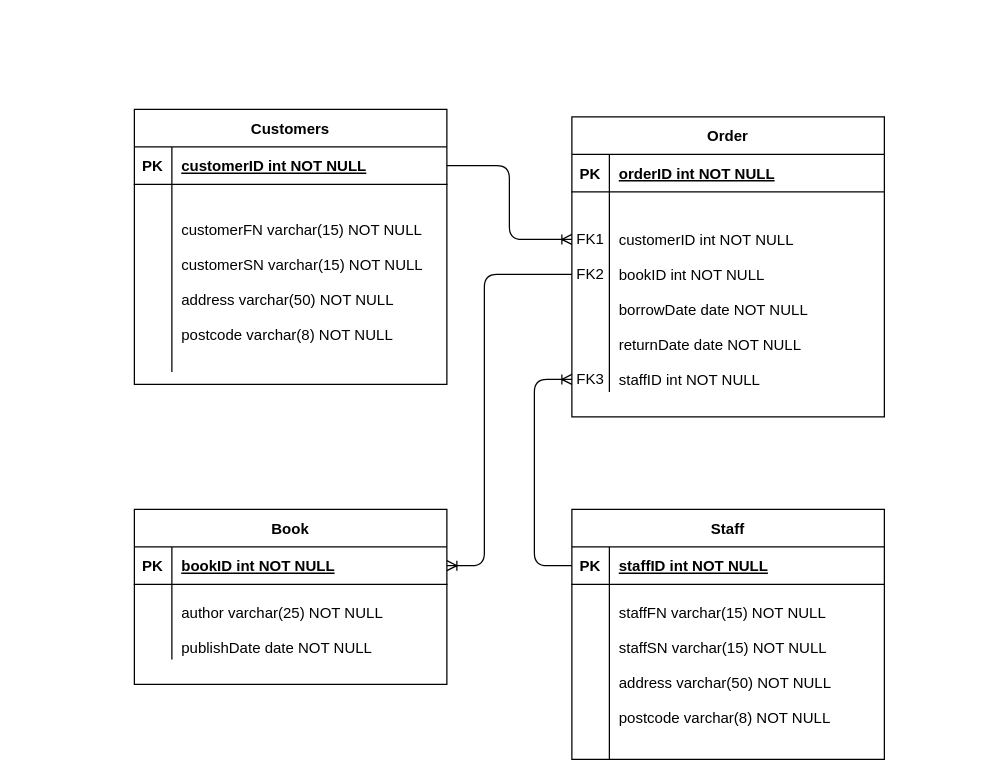
Before: Library ER Diagram.drawio in rikin24/Atos-Core-Project, a draw.io diagram. Source tidied: cells renumbered, new cells numbered last; positions are measured from the earlier drawing's top-left corner, leaving out a move shared by most shapes. Both pictures are drawn from the tidied source at 125%, with x=0, y=0 at pixel (134, 109).
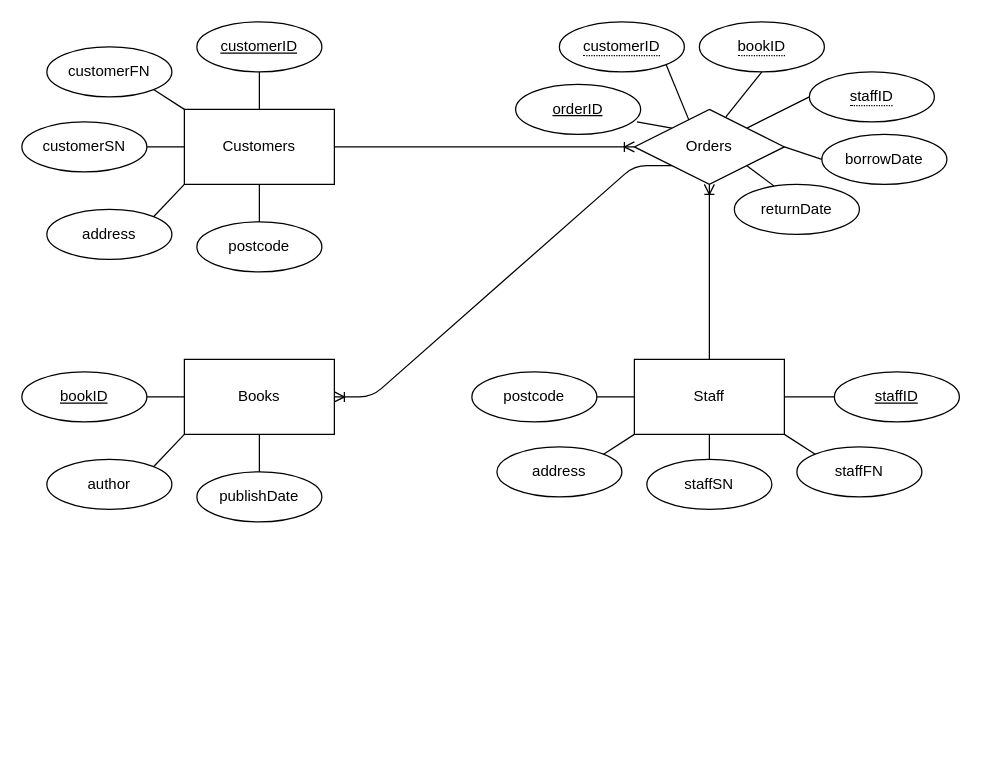
Above is the later version.

Commit message (it also covers changes not shown here):
Update and add ER & UML Diagrams

What changed in the source:
```diff
@@
-    <mxCell id="2" value="Book" style="shape=table;startSize=30;childLayout=tableLayout;rowLines=0;fontStyle=1;align=center;" parent="1" vertex="1">
-      <mxGeometry y="320" width="250" height="140" as="geometry" />
-    </mxCell>
-    <mxCell id="3" style="shape=partialRectangle;fillColor=none;points=[[0,0.5],[1,0.5]];portConstraint=eastwest;top=0;left=0;right=0;bottom=1;" parent="2" vertex="1">
-      <mxGeometry y="30" width="250" height="30" as="geometry" />
-    </mxCell>
-    <mxCell id="4" value="PK" style="shape=partialRectangle;overflow=hidden;fillColor=none;top=0;left=0;bottom=0;right=0;fontStyle=1;" parent="3" vertex="1">
-      <mxGeometry width="30" height="30" as="geometry" />
-    </mxCell>
-    <mxCell id="5" value="bookID int NOT NULL " style="shape=partialRectangle;overflow=hidden;fillColor=none;top=0;left=0;bottom=0;right=0;align=left;spacingLeft=6;fontStyle=5;" parent="3" vertex="1">
-      <mxGeometry x="30" width="220" height="30" as="geometry" />
-    </mxCell>
-    <mxCell id="6" style="shape=partialRectangle;fillColor=none;top=0;left=0;right=0;bottom=0;" parent="2" vertex="1">
-      <mxGeometry y="60" width="250" height="60" as="geometry" />
-    </mxCell>
-    <mxCell id="7" style="shape=partialRectangle;overflow=hidden;fillColor=none;top=0;left=0;bottom=0;right=0;" parent="6" vertex="1">
-      <mxGeometry width="30" height="60" as="geometry" />
-    </mxCell>
-    <mxCell id="8" value="&#10;author varchar(25) NOT NULL&#10;&#10;publishDate date NOT NULL&#10;&#10;" style="shape=partialRectangle;overflow=hidden;fillColor=none;top=0;left=0;bottom=0;right=0;align=left;spacingLeft=6;" parent="6" vertex="1">
-      <mxGeometry x="30" width="220" height="60" as="geometry" />
-    </mxCell>
+    <mxCell id="16" value="Customers" style="rounded=0;whiteSpace=wrap;html=1;" parent="1" vertex="1">
+      <mxGeometry x="40" width="120" height="60" as="geometry" />
+    </mxCell>
+    <mxCell id="36" value="Books" style="rounded=0;whiteSpace=wrap;html=1;" parent="1" vertex="1">
+      <mxGeometry x="40" y="200" width="120" height="60" as="geometry" />
+    </mxCell>
-    <mxCell id="9" value="Staff" style="shape=table;startSize=30;childLayout=tableLayout;rowLines=0;fontStyle=1;align=center;" parent="1" vertex="1">
-      <mxGeometry x="350" y="320" width="250" height="200" as="geometry" />
+    <mxCell id="9" value="Staff" style="rounded=0;whiteSpace=wrap;html=1;" parent="1" vertex="1">
+      <mxGeometry x="400" y="200" width="120" height="60" as="geometry" />
     </mxCell>
-    <mxCell id="10" style="shape=partialRectangle;fillColor=none;points=[[0,0.5],[1,0.5]];portConstraint=eastwest;top=0;left=0;right=0;bottom=1;" parent="9" vertex="1">
-      <mxGeometry y="30" width="250" height="30" as="geometry" />
-    </mxCell>
-    <mxCell id="11" value="PK" style="shape=partialRectangle;overflow=hidden;fillColor=none;top=0;left=0;bottom=0;right=0;fontStyle=1;" parent="10" vertex="1">
-      <mxGeometry width="30" height="30" as="geometry" />
-    </mxCell>
-    <mxCell id="12" value="staffID int NOT NULL " style="shape=partialRectangle;overflow=hidden;fillColor=none;top=0;left=0;bottom=0;right=0;align=left;spacingLeft=6;fontStyle=5;" parent="10" vertex="1">
-      <mxGeometry x="30" width="220" height="30" as="geometry" />
-    </mxCell>
-    <mxCell id="13" style="shape=partialRectangle;fillColor=none;top=0;left=0;right=0;bottom=0;" parent="9" vertex="1">
-      <mxGeometry y="60" width="250" height="140" as="geometry" />
-    </mxCell>
-    <mxCell id="14" style="shape=partialRectangle;overflow=hidden;fillColor=none;top=0;left=0;bottom=0;right=0;" parent="13" vertex="1">
-      <mxGeometry width="30" height="140" as="geometry" />
-    </mxCell>
-    <mxCell id="15" value="&#10;staffFN varchar(15) NOT NULL&#10;&#10;staffSN varchar(15) NOT NULL&#10;&#10;address varchar(50) NOT NULL&#10;&#10;postcode varchar(8) NOT NULL&#10;&#10;" style="shape=partialRectangle;overflow=hidden;fillColor=none;top=0;left=0;bottom=0;right=0;align=left;spacingLeft=6;" parent="13" vertex="1">
-      <mxGeometry x="30" width="220" height="140" as="geometry" />
-    </mxCell>
-    <mxCell id="16" value="Customers" style="shape=table;startSize=30;childLayout=tableLayout;rowLines=0;fontStyle=1;align=center;" parent="1" vertex="1">
-      <mxGeometry width="250" height="220" as="geometry" />
-    </mxCell>
-    <mxCell id="17" style="shape=partialRectangle;fillColor=none;points=[[0,0.5],[1,0.5]];portConstraint=eastwest;top=0;left=0;right=0;bottom=1;" parent="16" vertex="1">
-      <mxGeometry y="30" width="250" height="30" as="geometry" />
-    </mxCell>
-    <mxCell id="18" value="PK" style="shape=partialRectangle;overflow=hidden;fillColor=none;top=0;left=0;bottom=0;right=0;fontStyle=1;" parent="17" vertex="1">
-      <mxGeometry width="30" height="30" as="geometry" />
-    </mxCell>
-    <mxCell id="19" value="customerID int NOT NULL " style="shape=partialRectangle;overflow=hidden;fillColor=none;top=0;left=0;bottom=0;right=0;align=left;spacingLeft=6;fontStyle=5;" parent="17" vertex="1">
-      <mxGeometry x="30" width="220" height="30" as="geometry" />
-    </mxCell>
-    <mxCell id="20" style="shape=partialRectangle;fillColor=none;top=0;left=0;right=0;bottom=0;" parent="16" vertex="1">
-      <mxGeometry y="60" width="250" height="150" as="geometry" />
-    </mxCell>
-    <mxCell id="21" style="shape=partialRectangle;overflow=hidden;fillColor=none;top=0;left=0;bottom=0;right=0;" parent="20" vertex="1">
-      <mxGeometry width="30" height="150" as="geometry" />
-    </mxCell>
-    <mxCell id="22" value="&#10;&#10;customerFN varchar(15) NOT NULL&#10;&#10;customerSN varchar(15) NOT NULL&#10;&#10;address varchar(50) NOT NULL&#10;&#10;postcode varchar(8) NOT NULL&#10;&#10;" style="shape=partialRectangle;overflow=hidden;fillColor=none;top=0;left=0;bottom=0;right=0;align=left;spacingLeft=6;" parent="20" vertex="1">
-      <mxGeometry x="30" width="220" height="150" as="geometry" />
-    </mxCell>
-    <mxCell id="23" value="Order" style="shape=table;startSize=30;childLayout=tableLayout;rowLines=0;fontStyle=1;align=center;" parent="1" vertex="1">
-      <mxGeometry x="350" y="6" width="250" height="240" as="geometry" />
-    </mxCell>
-    <mxCell id="24" style="shape=partialRectangle;fillColor=none;top=0;left=0;right=0;bottom=1;" parent="23" vertex="1">
-      <mxGeometry y="30" width="250" height="30" as="geometry" />
-    </mxCell>
-    <mxCell id="25" value="PK" style="shape=partialRectangle;overflow=hidden;fillColor=none;top=0;left=0;bottom=0;right=0;fontStyle=1;" parent="24" vertex="1">
-      <mxGeometry width="30" height="30" as="geometry" />
-    </mxCell>
-    <mxCell id="26" value="orderID int NOT NULL " style="shape=partialRectangle;overflow=hidden;fillColor=none;top=0;left=0;bottom=0;right=0;align=left;spacingLeft=6;fontStyle=5;" parent="24" vertex="1">
-      <mxGeometry x="30" width="220" height="30" as="geometry" />
-    </mxCell>
-    <mxCell id="27" style="shape=partialRectangle;fillColor=none;top=0;left=0;right=0;bottom=0;" parent="23" vertex="1">
-      <mxGeometry y="60" width="250" height="160" as="geometry" />
-    </mxCell>
-    <mxCell id="28" value="&#10;&#10;&#10;&#10;&#10;&#10;" style="shape=partialRectangle;overflow=hidden;fillColor=none;top=0;left=0;bottom=0;right=0;" parent="27" vertex="1">
-      <mxGeometry width="30" height="160" as="geometry" />
-    </mxCell>
-    <mxCell id="29" value="&#10;&#10;customerID int NOT NULL&#10;&#10;bookID int NOT NULL&#10;&#10;borrowDate date NOT NULL&#10;&#10;returnDate date NOT NULL&#10;&#10;staffID int NOT NULL" style="shape=partialRectangle;overflow=hidden;fillColor=none;top=0;left=0;bottom=0;right=0;align=left;spacingLeft=6;" parent="27" vertex="1">
-      <mxGeometry x="30" width="220" height="160" as="geometry" />
-    </mxCell>
-    <mxCell id="30" value="FK1" style="text;html=1;strokeColor=none;fillColor=none;align=center;verticalAlign=middle;whiteSpace=wrap;rounded=0;" parent="1" vertex="1">
-      <mxGeometry x="350" y="94" width="30" height="20" as="geometry" />
-    </mxCell>
-    <mxCell id="31" value="FK2" style="text;html=1;strokeColor=none;fillColor=none;align=center;verticalAlign=middle;whiteSpace=wrap;rounded=0;" parent="1" vertex="1">
-      <mxGeometry x="350" y="122" width="30" height="20" as="geometry" />
-    </mxCell>
-    <mxCell id="32" value="FK3" style="text;html=1;strokeColor=none;fillColor=none;align=center;verticalAlign=middle;whiteSpace=wrap;rounded=0;" parent="1" vertex="1">
-      <mxGeometry x="350" y="206" width="30" height="20" as="geometry" />
-    </mxCell>
-    <mxCell id="33" style="edgeStyle=orthogonalEdgeStyle;fontSize=12;html=1;endArrow=ERoneToMany;entryX=0;entryY=0.5;entryDx=0;entryDy=0;exitX=1;exitY=0.5;exitDx=0;exitDy=0;" parent="1" edge="1" source="17" target="30">
-      <mxGeometry relative="1" as="geometry">
-        <Array as="points">
-          <mxPoint x="300" y="45" />
-          <mxPoint x="300" y="104" />
-        </Array>
-      </mxGeometry>
-    </mxCell>
-    <mxCell id="34" style="edgeStyle=orthogonalEdgeStyle;fontSize=12;html=1;endArrow=ERoneToMany;entryX=1;entryY=0.5;entryDx=0;entryDy=0;exitX=0;exitY=0.5;exitDx=0;exitDy=0;" parent="1" edge="1" source="31" target="3">
-      <mxGeometry relative="1" as="geometry">
-        <Array as="points">
-          <mxPoint x="280" y="132" />
-          <mxPoint x="280" y="365" />
-        </Array>
-      </mxGeometry>
-    </mxCell>
-    <mxCell id="35" style="edgeStyle=orthogonalEdgeStyle;fontSize=12;html=1;endArrow=ERoneToMany;entryX=0;entryY=0.5;entryDx=0;entryDy=0;exitX=0;exitY=0.5;exitDx=0;exitDy=0;" parent="1" edge="1" source="10" target="32">
-      <mxGeometry relative="1" as="geometry">
-        <Array as="points">
-          <mxPoint x="320" y="365" />
-          <mxPoint x="320" y="216" />
-        </Array>
-      </mxGeometry>
-    </mxCell>
+    <mxCell id="37" value="Orders" style="rhombus;whiteSpace=wrap;html=1;" parent="1" vertex="1">
+      <mxGeometry x="400" width="120" height="60" as="geometry" />
+    </mxCell>
+    <mxCell id="38" style="edgeStyle=entityRelationEdgeStyle;fontSize=12;html=1;endArrow=ERoneToMany;exitX=1;exitY=0.5;exitDx=0;exitDy=0;entryX=0;entryY=0.5;entryDx=0;entryDy=0;" parent="1" edge="1" source="16" target="37">
+      <mxGeometry relative="1" as="geometry" />
+    </mxCell>
+    <mxCell id="39" style="edgeStyle=orthogonalEdgeStyle;fontSize=12;html=1;endArrow=ERoneToMany;exitX=0.5;exitY=0;exitDx=0;exitDy=0;entryX=0.5;entryY=1;entryDx=0;entryDy=0;" parent="1" edge="1" source="9" target="37">
+      <mxGeometry relative="1" as="geometry" />
+    </mxCell>
+    <mxCell id="40" style="fontSize=12;html=1;endArrow=ERoneToMany;exitX=0;exitY=1;exitDx=0;exitDy=0;entryX=1;entryY=0.5;entryDx=0;entryDy=0;edgeStyle=entityRelationEdgeStyle;elbow=vertical;" parent="1" edge="1" source="37" target="36">
+      <mxGeometry relative="1" as="geometry" />
+    </mxCell>
+    <mxCell id="41" value="customerID" style="ellipse;whiteSpace=wrap;html=1;align=center;fontStyle=4;" parent="1" vertex="1">
+      <mxGeometry x="50" y="-70" width="100" height="40" as="geometry" />
+    </mxCell>
+    <mxCell id="42" value="customerSN" style="ellipse;whiteSpace=wrap;html=1;align=center;" parent="1" vertex="1">
+      <mxGeometry x="-90" y="10" width="100" height="40" as="geometry" />
+    </mxCell>
+    <mxCell id="43" value="customerFN" style="ellipse;whiteSpace=wrap;html=1;align=center;" parent="1" vertex="1">
+      <mxGeometry x="-70" y="-50" width="100" height="40" as="geometry" />
+    </mxCell>
+    <mxCell id="44" value="address" style="ellipse;whiteSpace=wrap;html=1;align=center;" parent="1" vertex="1">
+      <mxGeometry x="-70" y="80" width="100" height="40" as="geometry" />
+    </mxCell>
+    <mxCell id="45" value="postcode" style="ellipse;whiteSpace=wrap;html=1;align=center;" parent="1" vertex="1">
+      <mxGeometry x="50" y="90" width="100" height="40" as="geometry" />
+    </mxCell>
+    <mxCell id="46" style="endArrow=none;html=1;exitX=0.5;exitY=0;exitDx=0;exitDy=0;" parent="1" edge="1" source="16">
+      <mxGeometry relative="1" as="geometry">
+        <mxPoint x="100" y="-30" as="targetPoint" />
+      </mxGeometry>
+    </mxCell>
+    <mxCell id="47" style="endArrow=none;html=1;entryX=0.5;entryY=1;entryDx=0;entryDy=0;" parent="1" edge="1" target="16">
+      <mxGeometry relative="1" as="geometry">
+        <mxPoint x="100" y="90" as="sourcePoint" />
+      </mxGeometry>
+    </mxCell>
+    <mxCell id="48" style="endArrow=none;html=1;exitX=0;exitY=0;exitDx=0;exitDy=0;entryX=1;entryY=1;entryDx=0;entryDy=0;" parent="1" edge="1" source="16" target="43">
+      <mxGeometry relative="1" as="geometry" />
+    </mxCell>
+    <mxCell id="49" style="endArrow=none;html=1;exitX=0;exitY=0.5;exitDx=0;exitDy=0;entryX=1;entryY=0.5;entryDx=0;entryDy=0;" parent="1" edge="1" source="16" target="42">
+      <mxGeometry relative="1" as="geometry" />
+    </mxCell>
+    <mxCell id="50" style="endArrow=none;html=1;exitX=0;exitY=1;exitDx=0;exitDy=0;entryX=1;entryY=0;entryDx=0;entryDy=0;" parent="1" edge="1" source="16" target="44">
+      <mxGeometry relative="1" as="geometry" />
+    </mxCell>
+    <mxCell id="51" value="author" style="ellipse;whiteSpace=wrap;html=1;align=center;" parent="1" vertex="1">
+      <mxGeometry x="-70" y="280" width="100" height="40" as="geometry" />
+    </mxCell>
+    <mxCell id="52" value="publishDate" style="ellipse;whiteSpace=wrap;html=1;align=center;" parent="1" vertex="1">
+      <mxGeometry x="50" y="290" width="100" height="40" as="geometry" />
+    </mxCell>
+    <mxCell id="53" style="endArrow=none;html=1;entryX=0;entryY=0.5;entryDx=0;entryDy=0;" parent="1" edge="1" target="36">
+      <mxGeometry relative="1" as="geometry">
+        <mxPoint x="10" y="230" as="sourcePoint" />
+      </mxGeometry>
+    </mxCell>
+    <mxCell id="54" style="endArrow=none;html=1;entryX=0;entryY=1;entryDx=0;entryDy=0;exitX=1;exitY=0;exitDx=0;exitDy=0;" parent="1" edge="1" source="51" target="36">
+      <mxGeometry relative="1" as="geometry" />
+    </mxCell>
+    <mxCell id="55" style="endArrow=none;html=1;entryX=0.5;entryY=1;entryDx=0;entryDy=0;exitX=0.5;exitY=0;exitDx=0;exitDy=0;" parent="1" edge="1" source="52" target="36">
+      <mxGeometry relative="1" as="geometry" />
+    </mxCell>
+    <mxCell id="56" value="staffFN" style="ellipse;whiteSpace=wrap;html=1;align=center;" parent="1" vertex="1">
+      <mxGeometry x="530" y="270" width="100" height="40" as="geometry" />
+    </mxCell>
+    <mxCell id="57" value="staffSN" style="ellipse;whiteSpace=wrap;html=1;align=center;" parent="1" vertex="1">
+      <mxGeometry x="410" y="280" width="100" height="40" as="geometry" />
+    </mxCell>
+    <mxCell id="58" value="address" style="ellipse;whiteSpace=wrap;html=1;align=center;" parent="1" vertex="1">
+      <mxGeometry x="290" y="270" width="100" height="40" as="geometry" />
+    </mxCell>
+    <mxCell id="59" value="postcode" style="ellipse;whiteSpace=wrap;html=1;align=center;" parent="1" vertex="1">
+      <mxGeometry x="270" y="210" width="100" height="40" as="geometry" />
+    </mxCell>
+    <mxCell id="60" style="endArrow=none;html=1;exitX=0;exitY=0.5;exitDx=0;exitDy=0;entryX=1;entryY=0.5;entryDx=0;entryDy=0;" parent="1" edge="1" source="9" target="59">
+      <mxGeometry relative="1" as="geometry" />
+    </mxCell>
+    <mxCell id="61" style="endArrow=none;html=1;entryX=1;entryY=0;entryDx=0;entryDy=0;exitX=0;exitY=1;exitDx=0;exitDy=0;" parent="1" edge="1" source="9" target="58">
+      <mxGeometry relative="1" as="geometry" />
+    </mxCell>
+    <mxCell id="62" style="endArrow=none;html=1;exitX=0.5;exitY=1;exitDx=0;exitDy=0;entryX=0.5;entryY=0;entryDx=0;entryDy=0;" parent="1" edge="1" source="9" target="57">
+      <mxGeometry relative="1" as="geometry" />
+    </mxCell>
+    <mxCell id="63" style="endArrow=none;html=1;exitX=0;exitY=0;exitDx=0;exitDy=0;entryX=1;entryY=1;entryDx=0;entryDy=0;" parent="1" edge="1" source="56" target="9">
+      <mxGeometry relative="1" as="geometry" />
+    </mxCell>
+    <mxCell id="64" style="endArrow=none;html=1;exitX=1;exitY=0.5;exitDx=0;exitDy=0;entryX=0;entryY=0.5;entryDx=0;entryDy=0;" parent="1" edge="1" source="9">
+      <mxGeometry relative="1" as="geometry">
+        <mxPoint x="560" y="230" as="targetPoint" />
+      </mxGeometry>
+    </mxCell>
+    <mxCell id="65" value="bookID" style="ellipse;whiteSpace=wrap;html=1;align=center;fontStyle=4;" parent="1" vertex="1">
+      <mxGeometry x="-90" y="210" width="100" height="40" as="geometry" />
+    </mxCell>
+    <mxCell id="66" value="staffID" style="ellipse;whiteSpace=wrap;html=1;align=center;fontStyle=4;" parent="1" vertex="1">
+      <mxGeometry x="560" y="210" width="100" height="40" as="geometry" />
+    </mxCell>
+    <mxCell id="67" value="orderID" style="ellipse;whiteSpace=wrap;html=1;align=center;fontStyle=4;" parent="1" vertex="1">
+      <mxGeometry x="305" y="-20" width="100" height="40" as="geometry" />
+    </mxCell>
+    <mxCell id="68" value="&lt;span style=&quot;border-bottom: 1px dotted&quot;&gt;bookID&lt;/span&gt;" style="ellipse;whiteSpace=wrap;html=1;align=center;" parent="1" vertex="1">
+      <mxGeometry x="452" y="-70" width="100" height="40" as="geometry" />
+    </mxCell>
+    <mxCell id="69" value="&lt;span style=&quot;border-bottom: 1px dotted&quot;&gt;customerID&lt;/span&gt;" style="ellipse;whiteSpace=wrap;html=1;align=center;" parent="1" vertex="1">
+      <mxGeometry x="340" y="-70" width="100" height="40" as="geometry" />
+    </mxCell>
+    <mxCell id="70" value="&lt;span style=&quot;border-bottom: 1px dotted&quot;&gt;staffID&lt;/span&gt;" style="ellipse;whiteSpace=wrap;html=1;align=center;" parent="1" vertex="1">
+      <mxGeometry x="540" y="-30" width="100" height="40" as="geometry" />
+    </mxCell>
+    <mxCell id="71" value="borrowDate" style="ellipse;whiteSpace=wrap;html=1;align=center;" parent="1" vertex="1">
+      <mxGeometry x="550" y="20" width="100" height="40" as="geometry" />
+    </mxCell>
+    <mxCell id="72" value="returnDate" style="ellipse;whiteSpace=wrap;html=1;align=center;" parent="1" vertex="1">
+      <mxGeometry x="480" y="60" width="100" height="40" as="geometry" />
+    </mxCell>
+    <mxCell id="73" style="endArrow=none;html=1;entryX=0;entryY=0;entryDx=0;entryDy=0;exitX=0.97;exitY=0.75;exitDx=0;exitDy=0;exitPerimeter=0;" parent="1" edge="1" source="67" target="37">
+      <mxGeometry relative="1" as="geometry" />
+    </mxCell>
+    <mxCell id="74" style="endArrow=none;html=1;exitX=1;exitY=1;exitDx=0;exitDy=0;entryX=0.363;entryY=0.14;entryDx=0;entryDy=0;entryPerimeter=0;" parent="1" edge="1" source="69" target="37">
+      <mxGeometry relative="1" as="geometry" />
+    </mxCell>
+    <mxCell id="75" style="endArrow=none;html=1;exitX=0.5;exitY=1;exitDx=0;exitDy=0;entryX=0.61;entryY=0.1;entryDx=0;entryDy=0;entryPerimeter=0;" parent="1" edge="1" source="68" target="37">
+      <mxGeometry relative="1" as="geometry" />
+    </mxCell>
+    <mxCell id="76" style="endArrow=none;html=1;entryX=0;entryY=0.5;entryDx=0;entryDy=0;exitX=1;exitY=0;exitDx=0;exitDy=0;" parent="1" edge="1" source="37" target="70">
+      <mxGeometry relative="1" as="geometry" />
+    </mxCell>
+    <mxCell id="77" style="endArrow=none;html=1;entryX=0;entryY=0.5;entryDx=0;entryDy=0;" parent="1" edge="1" target="71">
+      <mxGeometry relative="1" as="geometry">
+        <mxPoint x="520" y="30" as="sourcePoint" />
+      </mxGeometry>
+    </mxCell>
+    <mxCell id="78" style="endArrow=none;html=1;entryX=0.316;entryY=0.03;entryDx=0;entryDy=0;exitX=1;exitY=1;exitDx=0;exitDy=0;entryPerimeter=0;" parent="1" edge="1" source="37" target="72">
+      <mxGeometry relative="1" as="geometry" />
+    </mxCell>
```
